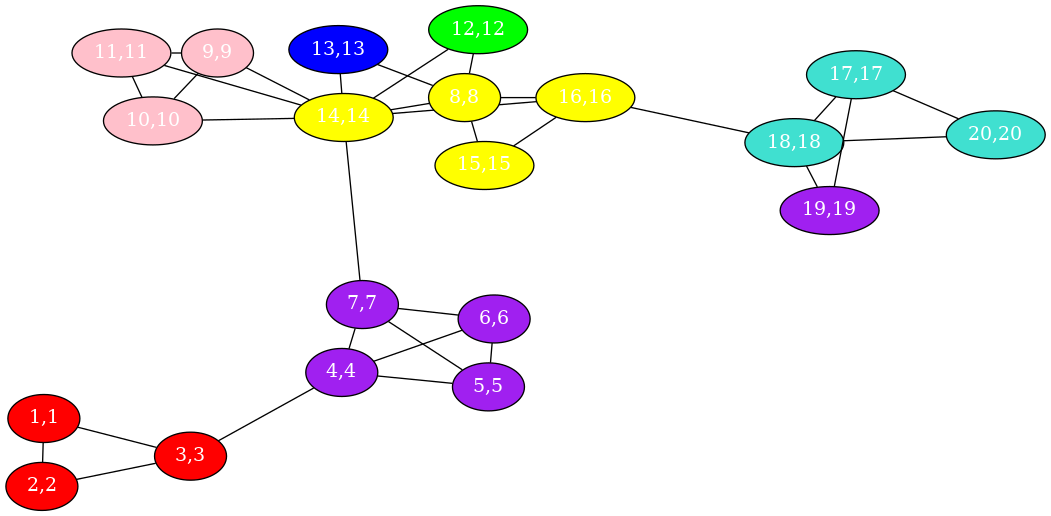
Above: clustered_2.dot.png in GiorgosMarga/DCA_manet (Graphviz), before the change. Its source is kept beside it as clustered_2.dot.
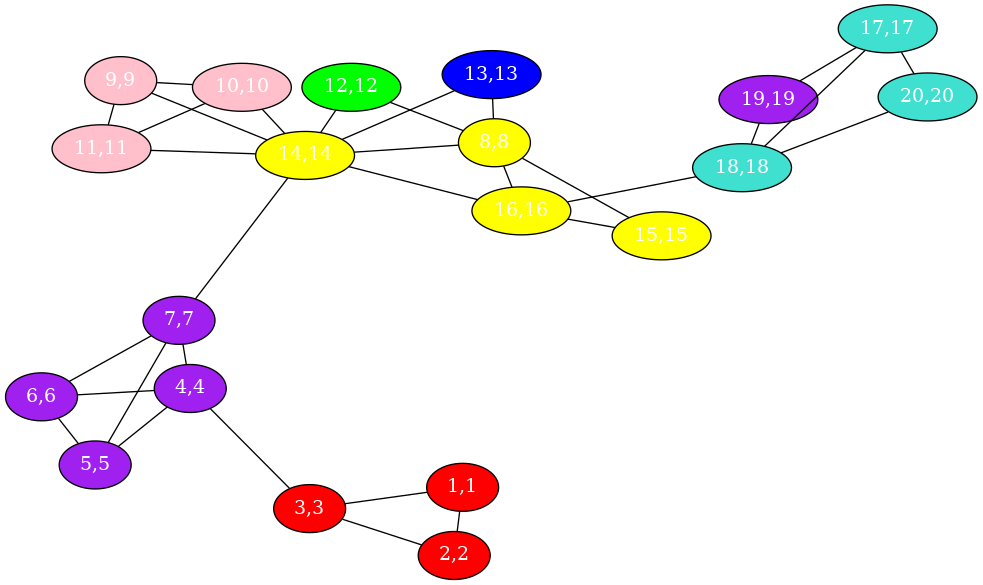
After the change.

Change to the diagram source:
```diff
@@ -1,55 +1,55 @@
 graph {
 layout="fdp" sep="10"
+5 [label="5,5",fillcolor=purple,fontcolor=white,style=filled];
+7 [label="7,7",fillcolor=purple,fontcolor=white,style=filled];
+9 [label="9,9",fillcolor=pink,fontcolor=white,style=filled];
+2 [label="2,2",fillcolor=red,fontcolor=white,style=filled];
+3 [label="3,3",fillcolor=red,fontcolor=white,style=filled];
+6 [label="6,6",fillcolor=purple,fontcolor=white,style=filled];
+10 [label="10,10",fillcolor=pink,fontcolor=white,style=filled];
+16 [label="16,16",fillcolor=yellow,fontcolor=white,style=filled];
+19 [label="19,19",fillcolor=purple,fontcolor=white,style=filled];
+4 [label="4,4",fillcolor=purple,fontcolor=white,style=filled];
+8 [label="8,8",fillcolor=yellow,fontcolor=white,style=filled];
+12 [label="12,12",fillcolor=green,fontcolor=white,style=filled];
+14 [label="14,14",fillcolor=yellow,fontcolor=white,style=filled];
+15 [label="15,15",fillcolor=yellow,fontcolor=white,style=filled];
+17 [label="17,17",fillcolor=turquoise,fontcolor=white,style=filled];
+18 [label="18,18",fillcolor=turquoise,fontcolor=white,style=filled];
 1 [label="1,1",fillcolor=red,fontcolor=white,style=filled];
-3 [label="3,3",fillcolor=red,fontcolor=white,style=filled];
-4 [label="4,4",fillcolor=purple,fontcolor=white,style=filled];
-5 [label="5,5",fillcolor=purple,fontcolor=white,style=filled];
-6 [label="6,6",fillcolor=purple,fontcolor=white,style=filled];
-9 [label="9,9",fillcolor=pink,fontcolor=white,style=filled];
-10 [label="10,10",fillcolor=pink,fontcolor=white,style=filled];
-12 [label="12,12",fillcolor=green,fontcolor=white,style=filled];
-7 [label="7,7",fillcolor=purple,fontcolor=white,style=filled];
-15 [label="15,15",fillcolor=yellow,fontcolor=white,style=filled];
-16 [label="16,16",fillcolor=yellow,fontcolor=white,style=filled];
-18 [label="18,18",fillcolor=turquoise,fontcolor=white,style=filled];
+11 [label="11,11",fillcolor=pink,fontcolor=white,style=filled];
+13 [label="13,13",fillcolor=blue,fontcolor=white,style=filled];
 20 [label="20,20",fillcolor=turquoise,fontcolor=white,style=filled];
-13 [label="13,13",fillcolor=blue,fontcolor=white,style=filled];
-14 [label="14,14",fillcolor=yellow,fontcolor=white,style=filled];
-19 [label="19,19",fillcolor=purple,fontcolor=white,style=filled];
-2 [label="2,2",fillcolor=red,fontcolor=white,style=filled];
-8 [label="8,8",fillcolor=yellow,fontcolor=white,style=filled];
-11 [label="11,11",fillcolor=pink,fontcolor=white,style=filled];
-17 [label="17,17",fillcolor=turquoise,fontcolor=white,style=filled];
+	1--2;
+	1--3;
+	11--14;
+	13--14;
+	5--6;
+	5--7;
+	7--14;
+	9--10;
+	9--11;
+	9--14;
+	10--11;
+	10--14;
 	16--18;
-	18--19;
-	18--20;
-	7--14;
+	2--3;
+	3--4;
+	6--7;
+	14--16;
 	15--16;
-	13--14;
-	14--16;
-	11--14;
 	17--18;
 	17--19;
 	17--20;
-	2--3;
+	18--19;
+	18--20;
+	4--5;
+	4--6;
+	4--7;
 	8--12;
 	8--13;
 	8--14;
 	8--15;
 	8--16;
-	4--5;
-	4--6;
-	4--7;
-	5--6;
-	5--7;
-	6--7;
-	9--10;
-	9--11;
-	9--14;
-	10--11;
-	10--14;
 	12--14;
-	1--2;
-	1--3;
-	3--4;
 }
```
